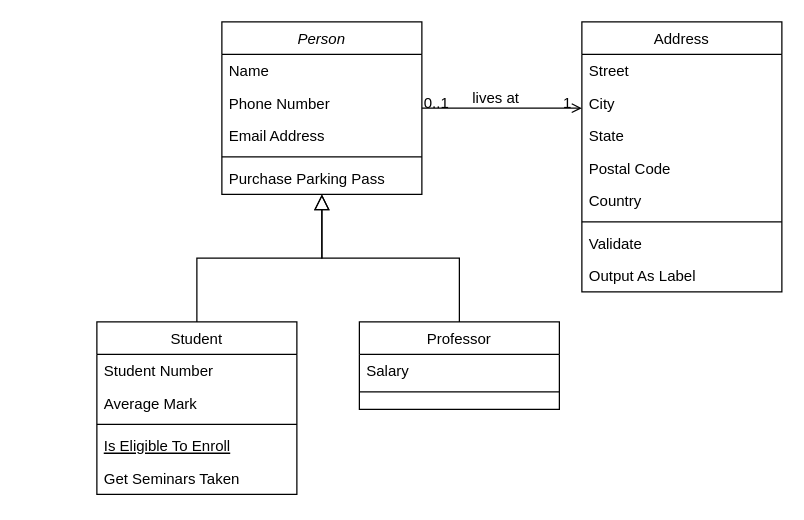
This is Program/samuel_filer/ClassCommunication.drawio from Sauel2000/WebBachelor, a draw.io file, before an edit. Source tidied: cells renumbered, new cells numbered last; positions are measured from the earlier drawing's top-left corner, leaving out a move shared by most shapes. Both pictures are drawn from the tidied source at 125%, with x=0, y=0 at pixel (96, 21).
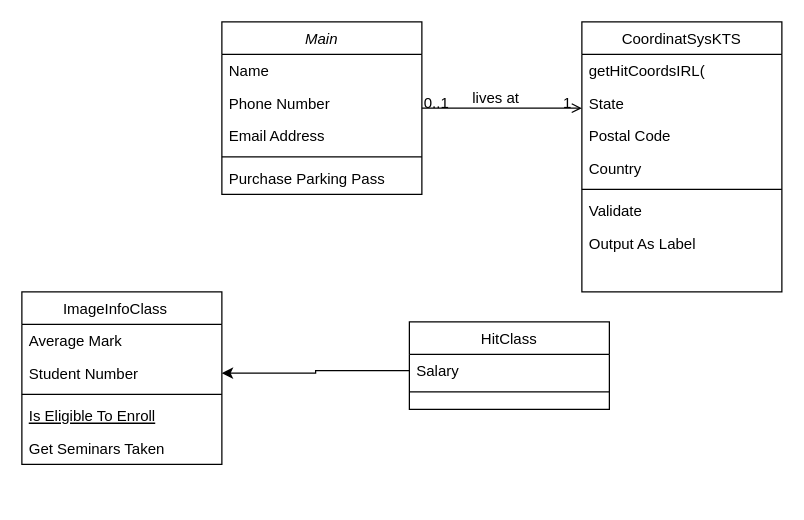
After the change.

Unchanged cells that the change refers to:
```xml
<mxCell id="16" value="Salary" style="text;align=left;verticalAlign=top;spacingLeft=4;spacingRight=4;overflow=hidden;points=[[0,0.5],[1,0.5]];portConstraint=eastwest;" parent="15" vertex="1">
  <mxGeometry y="26" width="160" height="26" as="geometry" />
</mxCell>
```

Change to the diagram source:
```diff
@@
-    <mxCell id="2" value="Person" style="swimlane;fontStyle=2;align=center;verticalAlign=top;horizontal=1;startSize=26;rounded=0;shadow=0;strokeWidth=1;" parent="1" vertex="1">
+    <mxCell id="2" value="Main" style="swimlane;fontStyle=2;align=center;verticalAlign=top;horizontal=1;startSize=26;rounded=0;shadow=0;strokeWidth=1;" parent="1" vertex="1">
       <mxGeometry x="100" width="160" height="138" as="geometry" />
     </mxCell>
@@
-    <mxCell id="8" value="Student" style="swimlane;fontStyle=0;align=center;verticalAlign=top;horizontal=1;startSize=26;rounded=0;shadow=0;strokeWidth=1;" parent="1" vertex="1">
-      <mxGeometry y="240" width="160" height="138" as="geometry" />
+    <mxCell id="8" value="ImageInfoClass   " style="swimlane;fontStyle=0;align=center;verticalAlign=top;horizontal=1;startSize=26;rounded=0;shadow=0;strokeWidth=1;" parent="1" vertex="1">
+      <mxGeometry x="-60" y="216" width="160" height="138" as="geometry" />
     </mxCell>
+    <mxCell id="10" value="Average Mark" style="text;align=left;verticalAlign=top;spacingLeft=4;spacingRight=4;overflow=hidden;rounded=0;shadow=0;html=0;" parent="8" vertex="1">
+      <mxGeometry y="26" width="160" height="26" as="geometry" />
+    </mxCell>
     <mxCell id="9" value="Student Number" style="text;align=left;verticalAlign=top;spacingLeft=4;spacingRight=4;overflow=hidden;points=[[0,0.5],[1,0.5]];portConstraint=eastwest;" parent="8" vertex="1">
-      <mxGeometry y="26" width="160" height="26" as="geometry" />
+      <mxGeometry y="52" width="160" height="26" as="geometry" />
     </mxCell>
-    <mxCell id="10" value="Average Mark" style="text;align=left;verticalAlign=top;spacingLeft=4;spacingRight=4;overflow=hidden;rounded=0;shadow=0;html=0;" parent="8" vertex="1">
-      <mxGeometry y="52" width="160" height="26" as="geometry" />
-    </mxCell>
@@
-    <mxCell id="14" style="endArrow=block;endSize=10;endFill=0;shadow=0;strokeWidth=1;rounded=0;edgeStyle=elbowEdgeStyle;elbow=vertical;" parent="1" edge="1" source="8" target="2">
-      <mxGeometry relative="1" as="geometry" />
-    </mxCell>
-    <mxCell id="15" value="Professor" style="swimlane;fontStyle=0;align=center;verticalAlign=top;horizontal=1;startSize=26;rounded=0;shadow=0;strokeWidth=1;" parent="1" vertex="1">
-      <mxGeometry x="210" y="240" width="160" height="70" as="geometry" />
+    <mxCell id="15" value="HitClass" style="swimlane;fontStyle=0;align=center;verticalAlign=top;horizontal=1;startSize=26;rounded=0;shadow=0;strokeWidth=1;" parent="1" vertex="1">
+      <mxGeometry x="250" y="240" width="160" height="70" as="geometry" />
     </mxCell>
@@
-    <mxCell id="18" style="endArrow=block;endSize=10;endFill=0;shadow=0;strokeWidth=1;rounded=0;edgeStyle=elbowEdgeStyle;elbow=vertical;" parent="1" edge="1" source="15" target="2">
-      <mxGeometry relative="1" as="geometry" />
-    </mxCell>
-    <mxCell id="19" value="Address" style="swimlane;fontStyle=0;align=center;verticalAlign=top;horizontal=1;startSize=26;rounded=0;shadow=0;strokeWidth=1;" parent="1" vertex="1">
+    <mxCell id="19" value="CoordinatSysKTS" style="swimlane;fontStyle=0;align=center;verticalAlign=top;horizontal=1;startSize=26;rounded=0;shadow=0;strokeWidth=1;" parent="1" vertex="1">
       <mxGeometry x="388" width="160" height="216" as="geometry" />
     </mxCell>
-    <mxCell id="20" value="Street" style="text;align=left;verticalAlign=top;spacingLeft=4;spacingRight=4;overflow=hidden;" parent="19" vertex="1">
+    <mxCell id="20" value="getHitCoordsIRL(&#10;" style="text;align=left;verticalAlign=top;spacingLeft=4;spacingRight=4;overflow=hidden;" parent="19" vertex="1">
       <mxGeometry y="26" width="160" height="26" as="geometry" />
     </mxCell>
-    <mxCell id="21" value="City" style="text;align=left;verticalAlign=top;spacingLeft=4;spacingRight=4;overflow=hidden;rounded=0;shadow=0;html=0;" parent="19" vertex="1">
-      <mxGeometry y="52" width="160" height="26" as="geometry" />
-    </mxCell>
     <mxCell id="22" value="State" style="text;align=left;verticalAlign=top;spacingLeft=4;spacingRight=4;overflow=hidden;rounded=0;shadow=0;html=0;" parent="19" vertex="1">
-      <mxGeometry y="78" width="160" height="26" as="geometry" />
+      <mxGeometry y="52" width="160" height="26" as="geometry" />
     </mxCell>
     <mxCell id="23" value="Postal Code" style="text;align=left;verticalAlign=top;spacingLeft=4;spacingRight=4;overflow=hidden;rounded=0;shadow=0;html=0;" parent="19" vertex="1">
-      <mxGeometry y="104" width="160" height="26" as="geometry" />
+      <mxGeometry y="78" width="160" height="26" as="geometry" />
     </mxCell>
     <mxCell id="24" value="Country" style="text;align=left;verticalAlign=top;spacingLeft=4;spacingRight=4;overflow=hidden;rounded=0;shadow=0;html=0;" parent="19" vertex="1">
-      <mxGeometry y="130" width="160" height="26" as="geometry" />
+      <mxGeometry y="104" width="160" height="26" as="geometry" />
     </mxCell>
     <mxCell id="25" style="line;html=1;strokeWidth=1;align=left;verticalAlign=middle;spacingTop=-1;spacingLeft=3;spacingRight=3;labelPosition=right;" parent="19" vertex="1">
-      <mxGeometry y="156" width="160" height="8" as="geometry" />
+      <mxGeometry y="130" width="160" height="8" as="geometry" />
     </mxCell>
     <mxCell id="26" value="Validate" style="text;align=left;verticalAlign=top;spacingLeft=4;spacingRight=4;overflow=hidden;" parent="19" vertex="1">
-      <mxGeometry y="164" width="160" height="26" as="geometry" />
+      <mxGeometry y="138" width="160" height="26" as="geometry" />
     </mxCell>
     <mxCell id="27" value="Output As Label" style="text;align=left;verticalAlign=top;spacingLeft=4;spacingRight=4;overflow=hidden;" parent="19" vertex="1">
-      <mxGeometry y="190" width="160" height="26" as="geometry" />
+      <mxGeometry y="164" width="160" height="26" as="geometry" />
     </mxCell>
@@
+    <mxCell id="32" style="edgeStyle=orthogonalEdgeStyle;rounded=0;jettySize=auto;html=1;exitX=0;exitY=0.5;exitDx=0;exitDy=0;entryX=1;entryY=0.5;entryDx=0;entryDy=0;" parent="1" edge="1" source="16" target="9">
+      <mxGeometry relative="1" as="geometry" />
+    </mxCell>
```
